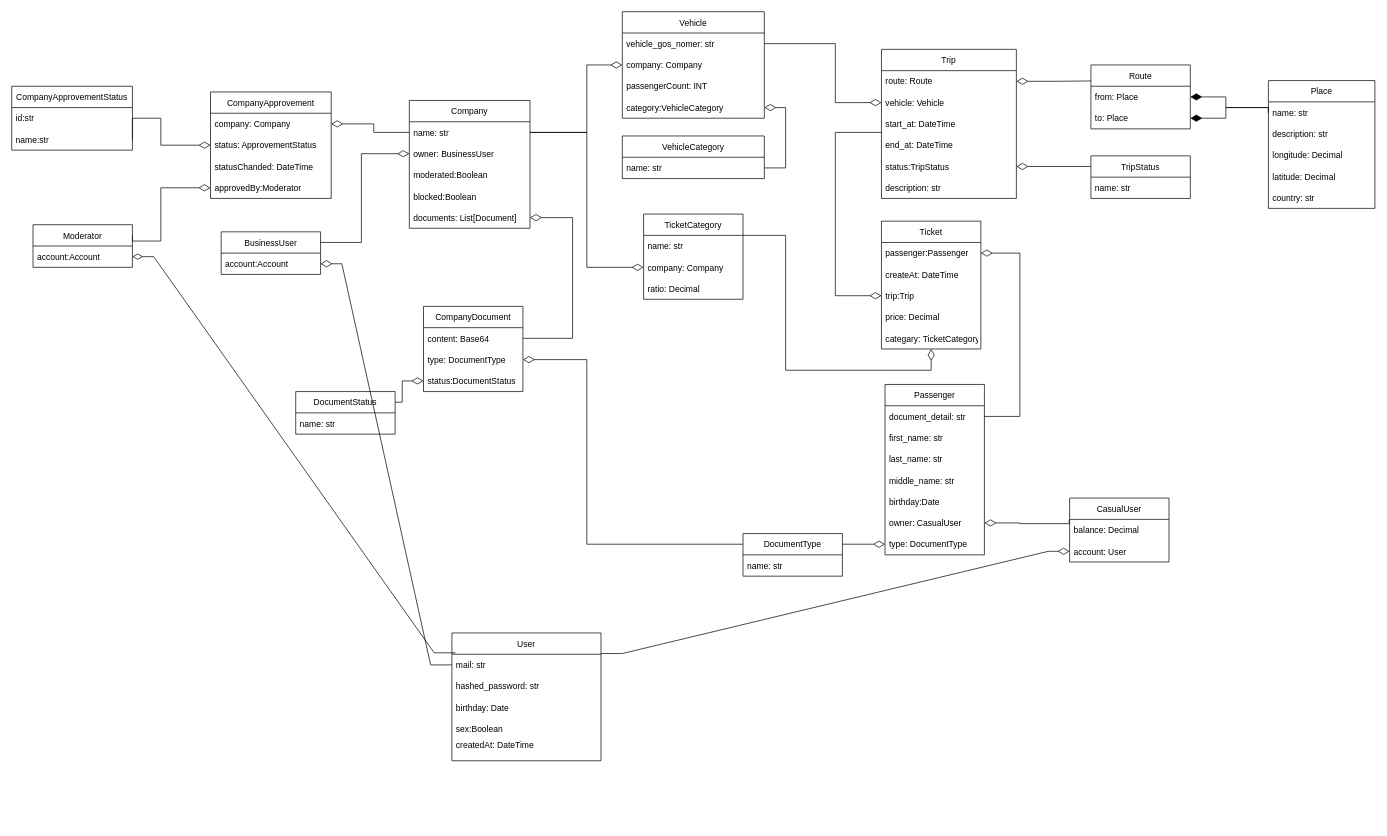
The draw.io diagram VehicleAggModels.drawio in vehicle-aggregator/docs, before the edit. Source tidied: cells renumbered, new cells numbered last; positions are measured from the earlier drawing's top-left corner, leaving out a move shared by most shapes. Both pictures are drawn from the tidied source at 71%, with x=0, y=0 at pixel (11, 11).
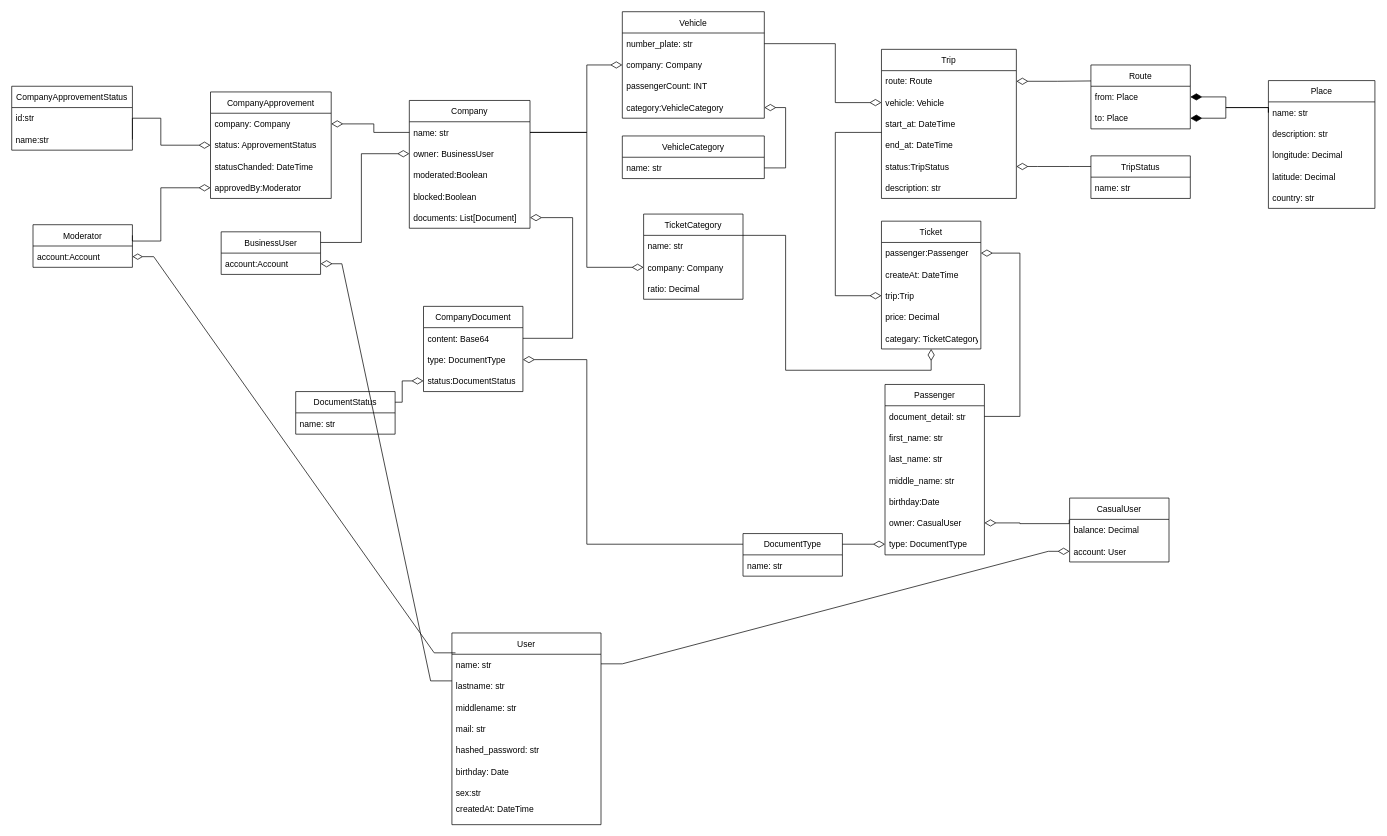
The same diagram, later.

The change refers to these unchanged cells:
```xml
<mxCell id="4" value="Vehicle" style="swimlane;fontStyle=0;horizontal=1;startSize=30;" parent="1" vertex="1">
  <mxGeometry x="860" width="200" height="150" as="geometry" />
</mxCell>
```

What changed in the source:
```diff
@@
-    <mxCell id="5" value="vehicle_gos_nomer: str" style="text;strokeColor=none;fillColor=none;align=left;verticalAlign=middle;spacingLeft=4;spacingRight=4;overflow=hidden;points=[[0,0.5],[1,0.5]];portConstraint=eastwest;" parent="4" vertex="1">
+    <mxCell id="5" value="number_plate: str" style="text;strokeColor=none;fillColor=none;align=left;verticalAlign=middle;spacingLeft=4;spacingRight=4;overflow=hidden;points=[[0,0.5],[1,0.5]];portConstraint=eastwest;" parent="4" vertex="1">
       <mxGeometry y="30" width="200" height="30" as="geometry" />
     </mxCell>
@@
     <mxCell id="83" value="User" style="swimlane;fontStyle=0;horizontal=1;startSize=30;" parent="1" vertex="1">
-      <mxGeometry x="620" y="875" width="210" height="180" as="geometry" />
+      <mxGeometry x="620" y="875" width="210" height="270" as="geometry" />
     </mxCell>
-    <mxCell id="84" value="mail: str" style="text;strokeColor=none;fillColor=none;align=left;verticalAlign=middle;spacingLeft=4;spacingRight=4;overflow=hidden;points=[[0,0.5],[1,0.5]];portConstraint=eastwest;" parent="83" vertex="1">
+    <mxCell id="84" value="name: str" style="text;strokeColor=none;fillColor=none;align=left;verticalAlign=middle;spacingLeft=4;spacingRight=4;overflow=hidden;points=[[0,0.5],[1,0.5]];portConstraint=eastwest;" parent="83" vertex="1">
       <mxGeometry y="30" width="210" height="30" as="geometry" />
     </mxCell>
+    <mxCell id="103" value="lastname: str" style="text;strokeColor=none;fillColor=none;align=left;verticalAlign=middle;spacingLeft=4;spacingRight=4;overflow=hidden;" parent="83" vertex="1">
+      <mxGeometry y="60" width="210" height="30" as="geometry" />
+    </mxCell>
+    <mxCell id="104" value="middlename: str" style="text;strokeColor=none;fillColor=none;align=left;verticalAlign=middle;spacingLeft=4;spacingRight=4;overflow=hidden;" parent="83" vertex="1">
+      <mxGeometry y="90" width="210" height="30" as="geometry" />
+    </mxCell>
+    <mxCell id="105" value="mail: str" style="text;strokeColor=none;fillColor=none;align=left;verticalAlign=middle;spacingLeft=4;spacingRight=4;overflow=hidden;" parent="83" vertex="1">
+      <mxGeometry y="120" width="210" height="30" as="geometry" />
+    </mxCell>
     <mxCell id="85" value="hashed_password: str" style="text;strokeColor=none;fillColor=none;align=left;verticalAlign=middle;spacingLeft=4;spacingRight=4;overflow=hidden;" parent="83" vertex="1">
-      <mxGeometry y="60" width="210" height="30" as="geometry" />
+      <mxGeometry y="150" width="210" height="30" as="geometry" />
     </mxCell>
     <mxCell id="86" value="birthday: Date" style="text;strokeColor=none;fillColor=none;align=left;verticalAlign=middle;spacingLeft=4;spacingRight=4;overflow=hidden;" parent="83" vertex="1">
-      <mxGeometry y="90" width="210" height="30" as="geometry" />
+      <mxGeometry y="180" width="210" height="30" as="geometry" />
     </mxCell>
-    <mxCell id="87" value="sex:Boolean" style="text;strokeColor=none;fillColor=none;align=left;verticalAlign=middle;spacingLeft=4;spacingRight=4;overflow=hidden;" parent="83" vertex="1">
-      <mxGeometry y="120" width="210" height="30" as="geometry" />
+    <mxCell id="87" value="sex:str" style="text;strokeColor=none;fillColor=none;align=left;verticalAlign=middle;spacingLeft=4;spacingRight=4;overflow=hidden;" parent="83" vertex="1">
+      <mxGeometry y="210" width="210" height="30" as="geometry" />
     </mxCell>
     <mxCell id="88" value="createdAt: DateTime&#10;" style="text;strokeColor=none;fillColor=none;align=left;verticalAlign=middle;spacingLeft=4;spacingRight=4;overflow=hidden;" parent="83" vertex="1">
-      <mxGeometry y="150" width="210" height="30" as="geometry" />
+      <mxGeometry y="240" width="210" height="30" as="geometry" />
     </mxCell>
```
